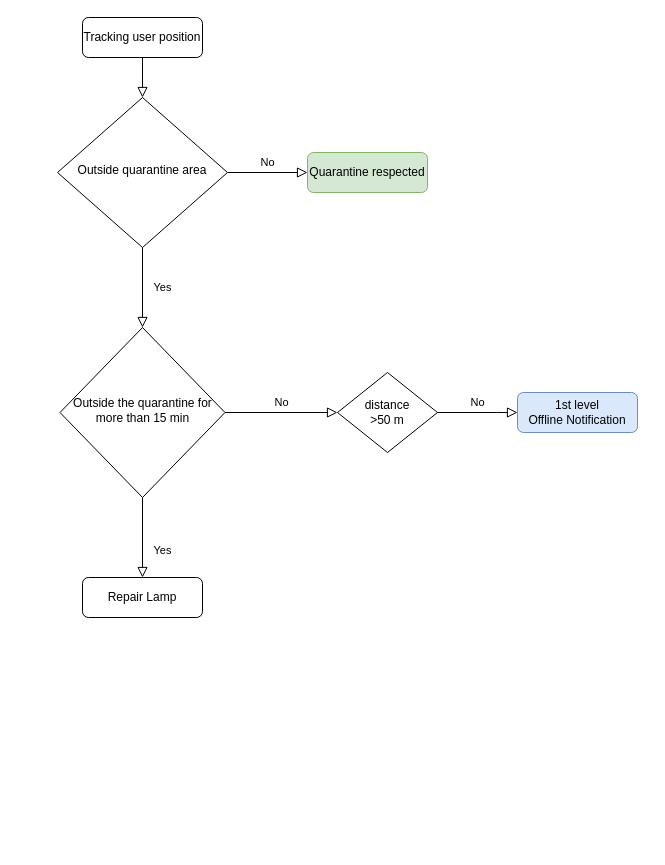
le7amdon/Cov-Track-Flows keeps this draw.io diagram as GeoLocation Escalation Flow.drawio. Above is the earlier version. Source tidied: cells renumbered, new cells numbered last; positions are measured from the earlier drawing's top-left corner, leaving out a move shared by most shapes. Both pictures are drawn from the tidied source at 100%, with x=0, y=0 at pixel (57, 17).
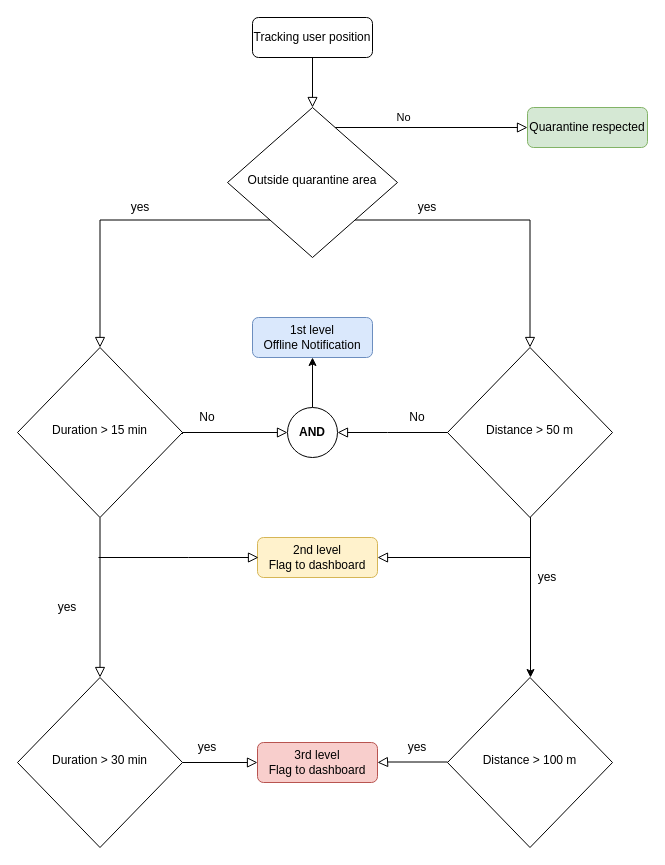
The same diagram, later.

Diff of the diagram source:
```diff
@@
     <mxCell id="3" value="Tracking user position" style="rounded=1;whiteSpace=wrap;html=1;fontSize=12;glass=0;strokeWidth=1;shadow=0;" parent="1" vertex="1">
-      <mxGeometry x="25" width="120" height="40" as="geometry" />
+      <mxGeometry x="195" width="120" height="40" as="geometry" />
     </mxCell>
-    <mxCell id="4" value="Yes" style="rounded=0;html=1;jettySize=auto;fontSize=11;endArrow=block;endFill=0;endSize=8;strokeWidth=1;shadow=0;labelBackgroundColor=none;edgeStyle=orthogonalEdgeStyle;" parent="1" edge="1" source="6" target="10">
-      <mxGeometry y="20" relative="1" as="geometry" />
+    <mxCell id="4" style="rounded=0;html=1;jettySize=auto;fontSize=11;endArrow=block;endFill=0;endSize=8;strokeWidth=1;shadow=0;labelBackgroundColor=none;edgeStyle=orthogonalEdgeStyle;exitX=0;exitY=1;exitDx=0;exitDy=0;entryX=0.5;entryY=0;entryDx=0;entryDy=0;" parent="1" edge="1" source="6" target="10">
+      <mxGeometry y="20" relative="1" as="geometry">
+        <Array as="points">
+          <mxPoint x="43" y="203" />
+        </Array>
+      </mxGeometry>
     </mxCell>
-    <mxCell id="5" value="No" style="edgeStyle=orthogonalEdgeStyle;rounded=0;html=1;jettySize=auto;fontSize=11;endArrow=block;endFill=0;endSize=8;strokeWidth=1;shadow=0;labelBackgroundColor=none;" parent="1" edge="1" source="6" target="7">
-      <mxGeometry y="10" relative="1" as="geometry" />
+    <mxCell id="5" value="No" style="edgeStyle=orthogonalEdgeStyle;rounded=0;html=1;jettySize=auto;fontSize=11;endArrow=block;endFill=0;endSize=8;strokeWidth=1;shadow=0;labelBackgroundColor=none;exitX=1;exitY=0;exitDx=0;exitDy=0;" parent="1" edge="1" source="6" target="7">
+      <mxGeometry y="10" relative="1" as="geometry">
+        <Array as="points">
+          <mxPoint x="268" y="110" />
+        </Array>
+      </mxGeometry>
     </mxCell>
     <mxCell id="6" value="&lt;span style=&quot;white-space: normal&quot;&gt;Outside quarantine area&lt;/span&gt;" style="rhombus;whiteSpace=wrap;html=1;shadow=0;fontFamily=Helvetica;fontSize=12;align=center;strokeWidth=1;spacing=6;spacingTop=-4;" parent="1" vertex="1">
-      <mxGeometry y="80" width="170" height="150" as="geometry" />
+      <mxGeometry x="170" y="90" width="170" height="150" as="geometry" />
     </mxCell>
     <mxCell id="7" value="Quarantine respected" style="rounded=1;whiteSpace=wrap;html=1;fontSize=12;glass=0;strokeWidth=1;shadow=0;fillColor=#d5e8d4;strokeColor=#82b366;" parent="1" vertex="1">
-      <mxGeometry x="250" y="135" width="120" height="40" as="geometry" />
+      <mxGeometry x="470" y="90" width="120" height="40" as="geometry" />
     </mxCell>
-    <mxCell id="8" value="Yes" style="rounded=0;html=1;jettySize=auto;fontSize=11;endArrow=block;endFill=0;endSize=8;strokeWidth=1;shadow=0;labelBackgroundColor=none;edgeStyle=orthogonalEdgeStyle;" parent="1" edge="1" source="10" target="11">
+    <mxCell id="8" style="rounded=0;html=1;jettySize=auto;fontSize=11;endArrow=block;endFill=0;endSize=8;strokeWidth=1;shadow=0;labelBackgroundColor=none;edgeStyle=orthogonalEdgeStyle;" parent="1" edge="1" source="10" target="32">
       <mxGeometry x="0.33" y="20" relative="1" as="geometry" />
     </mxCell>
-    <mxCell id="9" value="No" style="edgeStyle=orthogonalEdgeStyle;rounded=0;html=1;jettySize=auto;fontSize=11;endArrow=block;endFill=0;endSize=8;strokeWidth=1;shadow=0;labelBackgroundColor=none;entryX=0;entryY=0.5;entryDx=0;entryDy=0;" parent="1" edge="1" source="10" target="12">
-      <mxGeometry y="10" relative="1" as="geometry" />
-    </mxCell>
-    <mxCell id="10" value="Outside the quarantine for more than 15 min" style="rhombus;whiteSpace=wrap;html=1;shadow=0;fontFamily=Helvetica;fontSize=12;align=center;strokeWidth=1;spacing=6;spacingTop=-4;" parent="1" vertex="1">
-      <mxGeometry x="2.5" y="310" width="165" height="170" as="geometry" />
+    <mxCell id="10" value="Duration &amp;gt; 15 min" style="rhombus;whiteSpace=wrap;html=1;shadow=0;fontFamily=Helvetica;fontSize=12;align=center;strokeWidth=1;spacing=6;spacingTop=-4;" parent="1" vertex="1">
+      <mxGeometry x="-40" y="330" width="165" height="170" as="geometry" />
     </mxCell>
-    <mxCell id="11" value="Repair Lamp" style="rounded=1;whiteSpace=wrap;html=1;fontSize=12;glass=0;strokeWidth=1;shadow=0;" parent="1" vertex="1">
-      <mxGeometry x="25" y="560" width="120" height="40" as="geometry" />
-    </mxCell>
-    <mxCell id="12" value="distance &lt;br&gt;&amp;gt;50 m" style="rhombus;whiteSpace=wrap;html=1;gradientColor=#ffffff;" parent="1" vertex="1">
-      <mxGeometry x="280" y="355" width="100" height="80" as="geometry" />
-    </mxCell>
     <mxCell id="13" value="1st level &lt;br&gt;Offline Notification" style="rounded=1;whiteSpace=wrap;html=1;fontSize=12;glass=0;strokeWidth=1;shadow=0;fillColor=#dae8fc;strokeColor=#6c8ebf;" parent="1" vertex="1">
-      <mxGeometry x="460" y="375" width="120" height="40" as="geometry" />
+      <mxGeometry x="195" y="300" width="120" height="40" as="geometry" />
     </mxCell>
-    <mxCell id="14" value="No" style="edgeStyle=orthogonalEdgeStyle;rounded=0;html=1;jettySize=auto;orthogonalLoop=1;fontSize=11;endArrow=block;endFill=0;endSize=8;strokeWidth=1;shadow=0;labelBackgroundColor=none;" parent="1" edge="1">
-      <mxGeometry y="10" relative="1" as="geometry">
-        <mxPoint x="380" y="395" as="sourcePoint" />
-        <mxPoint x="460" y="395" as="targetPoint" />
-        <Array as="points">
-          <mxPoint x="440" y="395" />
-          <mxPoint x="440" y="395" />
-        </Array>
-      </mxGeometry>
-    </mxCell>
+    <mxCell id="15" style="edgeStyle=orthogonalEdgeStyle;rounded=0;jettySize=auto;html=1;" parent="1" edge="1" source="16">
+      <mxGeometry relative="1" as="geometry">
+        <mxPoint x="473" y="660" as="targetPoint" />
+        <Array as="points">
+          <mxPoint x="473" y="660" />
+        </Array>
+      </mxGeometry>
+    </mxCell>
+    <mxCell id="16" value="Distance &amp;gt; 50 m" style="rhombus;whiteSpace=wrap;html=1;shadow=0;fontFamily=Helvetica;fontSize=12;align=center;strokeWidth=1;spacing=6;spacingTop=-4;" parent="1" vertex="1">
+      <mxGeometry x="390" y="330" width="165" height="170" as="geometry" />
+    </mxCell>
+    <mxCell id="17" style="rounded=0;html=1;jettySize=auto;fontSize=11;endArrow=block;endFill=0;endSize=8;strokeWidth=1;shadow=0;labelBackgroundColor=none;edgeStyle=orthogonalEdgeStyle;exitX=1;exitY=1;exitDx=0;exitDy=0;entryX=0.5;entryY=0;entryDx=0;entryDy=0;" parent="1" edge="1" source="6" target="16">
+      <mxGeometry y="20" relative="1" as="geometry">
+        <Array as="points">
+          <mxPoint x="473" y="203" />
+        </Array>
+      </mxGeometry>
+    </mxCell>
+    <mxCell id="18" style="rounded=0;html=1;jettySize=auto;fontSize=11;endArrow=block;endFill=0;endSize=8;strokeWidth=1;shadow=0;labelBackgroundColor=none;edgeStyle=orthogonalEdgeStyle;exitX=0;exitY=0.5;exitDx=0;exitDy=0;entryX=1;entryY=0.5;entryDx=0;entryDy=0;" parent="1" edge="1" source="16" target="28">
+      <mxGeometry y="20" relative="1" as="geometry">
+        <Array as="points">
+          <mxPoint x="330" y="415" />
+          <mxPoint x="330" y="415" />
+        </Array>
+      </mxGeometry>
+    </mxCell>
+    <mxCell id="19" style="rounded=0;html=1;jettySize=auto;fontSize=11;endArrow=block;endFill=0;endSize=8;strokeWidth=1;shadow=0;labelBackgroundColor=none;edgeStyle=orthogonalEdgeStyle;entryX=0;entryY=0.5;entryDx=0;entryDy=0;" parent="1" edge="1" target="28">
+      <mxGeometry x="0.33" y="20" relative="1" as="geometry">
+        <mxPoint x="125" y="416.5" as="sourcePoint" />
+        <Array as="points">
+          <mxPoint x="125" y="415" />
+        </Array>
+      </mxGeometry>
+    </mxCell>
+    <mxCell id="20" value="No" style="text;html=1;strokeColor=none;fillColor=none;align=center;verticalAlign=middle;whiteSpace=wrap;rounded=0;" parent="1" vertex="1">
+      <mxGeometry x="340" y="390" width="40" height="20" as="geometry" />
+    </mxCell>
+    <mxCell id="21" value="No" style="text;html=1;strokeColor=none;fillColor=none;align=center;verticalAlign=middle;whiteSpace=wrap;rounded=0;" parent="1" vertex="1">
+      <mxGeometry x="130" y="390" width="40" height="20" as="geometry" />
+    </mxCell>
+    <mxCell id="22" value="yes" style="text;html=1;strokeColor=none;fillColor=none;align=center;verticalAlign=middle;whiteSpace=wrap;rounded=0;" parent="1" vertex="1">
+      <mxGeometry x="62.5" y="180" width="40" height="20" as="geometry" />
+    </mxCell>
+    <mxCell id="23" value="yes" style="text;html=1;strokeColor=none;fillColor=none;align=center;verticalAlign=middle;whiteSpace=wrap;rounded=0;" parent="1" vertex="1">
+      <mxGeometry x="350" y="180" width="40" height="20" as="geometry" />
+    </mxCell>
+    <mxCell id="24" value="2nd level &lt;br&gt;Flag to dashboard&lt;br&gt;" style="rounded=1;whiteSpace=wrap;html=1;fontSize=12;glass=0;strokeWidth=1;shadow=0;fillColor=#fff2cc;strokeColor=#d6b656;" parent="1" vertex="1">
+      <mxGeometry x="200" y="520" width="120" height="40" as="geometry" />
+    </mxCell>
+    <mxCell id="25" style="rounded=0;html=1;jettySize=auto;orthogonalLoop=1;fontSize=11;endArrow=block;endFill=0;endSize=8;strokeWidth=1;shadow=0;labelBackgroundColor=none;edgeStyle=orthogonalEdgeStyle;" parent="1" edge="1">
+      <mxGeometry x="0.33" y="20" relative="1" as="geometry">
+        <mxPoint x="473" y="540" as="sourcePoint" />
+        <mxPoint x="320" y="540" as="targetPoint" />
+        <Array as="points">
+          <mxPoint x="473" y="540" />
+        </Array>
+      </mxGeometry>
+    </mxCell>
+    <mxCell id="26" value="yes" style="text;html=1;strokeColor=none;fillColor=none;align=center;verticalAlign=middle;whiteSpace=wrap;rounded=0;" parent="1" vertex="1">
+      <mxGeometry x="-10" y="580" width="40" height="20" as="geometry" />
+    </mxCell>
+    <mxCell id="27" style="edgeStyle=orthogonalEdgeStyle;rounded=0;jettySize=auto;html=1;entryX=0.5;entryY=1;entryDx=0;entryDy=0;" parent="1" edge="1" source="28" target="13">
+      <mxGeometry relative="1" as="geometry" />
+    </mxCell>
+    <mxCell id="28" value="&lt;b&gt;AND&lt;/b&gt;" style="ellipse;whiteSpace=wrap;html=1;gradientColor=#ffffff;" parent="1" vertex="1">
+      <mxGeometry x="230" y="390" width="50" height="50" as="geometry" />
+    </mxCell>
+    <mxCell id="29" value="Distance &amp;gt; 100 m" style="rhombus;whiteSpace=wrap;html=1;shadow=0;fontFamily=Helvetica;fontSize=12;align=center;strokeWidth=1;spacing=6;spacingTop=-4;" parent="1" vertex="1">
+      <mxGeometry x="390" y="660" width="165" height="170" as="geometry" />
+    </mxCell>
+    <mxCell id="30" value="3rd level &lt;br&gt;Flag to dashboard" style="rounded=1;whiteSpace=wrap;html=1;fontSize=12;glass=0;strokeWidth=1;shadow=0;fillColor=#f8cecc;strokeColor=#b85450;" parent="1" vertex="1">
+      <mxGeometry x="200" y="725" width="120" height="40" as="geometry" />
+    </mxCell>
+    <mxCell id="31" style="rounded=0;html=1;jettySize=auto;orthogonalLoop=1;fontSize=11;endArrow=block;endFill=0;endSize=8;strokeWidth=1;shadow=0;labelBackgroundColor=none;edgeStyle=orthogonalEdgeStyle;exitX=0;exitY=0.5;exitDx=0;exitDy=0;" parent="1" edge="1">
+      <mxGeometry y="20" relative="1" as="geometry">
+        <mxPoint x="390" y="744.5" as="sourcePoint" />
+        <mxPoint x="320" y="745" as="targetPoint" />
+        <Array as="points">
+          <mxPoint x="330" y="744.5" />
+          <mxPoint x="330" y="744.5" />
+        </Array>
+      </mxGeometry>
+    </mxCell>
+    <mxCell id="32" value="Duration &amp;gt; 30 min" style="rhombus;whiteSpace=wrap;html=1;shadow=0;fontFamily=Helvetica;fontSize=12;align=center;strokeWidth=1;spacing=6;spacingTop=-4;" parent="1" vertex="1">
+      <mxGeometry x="-40" y="660" width="165" height="170" as="geometry" />
+    </mxCell>
+    <mxCell id="33" value="yes" style="text;html=1;strokeColor=none;fillColor=none;align=center;verticalAlign=middle;whiteSpace=wrap;rounded=0;" parent="1" vertex="1">
+      <mxGeometry x="470" y="550" width="40" height="20" as="geometry" />
+    </mxCell>
+    <mxCell id="34" style="rounded=0;html=1;jettySize=auto;orthogonalLoop=1;fontSize=11;endArrow=block;endFill=0;endSize=8;strokeWidth=1;shadow=0;labelBackgroundColor=none;edgeStyle=orthogonalEdgeStyle;entryX=0;entryY=0.5;entryDx=0;entryDy=0;" parent="1" edge="1">
+      <mxGeometry x="0.33" y="20" relative="1" as="geometry">
+        <mxPoint x="41" y="540" as="sourcePoint" />
+        <mxPoint x="201" y="540" as="targetPoint" />
+        <Array as="points">
+          <mxPoint x="131" y="540" />
+          <mxPoint x="131" y="540" />
+        </Array>
+      </mxGeometry>
+    </mxCell>
+    <mxCell id="35" style="rounded=0;html=1;jettySize=auto;fontSize=11;endArrow=block;endFill=0;endSize=8;strokeWidth=1;shadow=0;labelBackgroundColor=none;edgeStyle=orthogonalEdgeStyle;exitX=1;exitY=0.5;exitDx=0;exitDy=0;entryX=0;entryY=0.5;entryDx=0;entryDy=0;" parent="1" edge="1" source="32" target="30">
+      <mxGeometry y="20" relative="1" as="geometry" />
+    </mxCell>
+    <mxCell id="36" value="yes" style="text;html=1;strokeColor=none;fillColor=none;align=center;verticalAlign=middle;whiteSpace=wrap;rounded=0;" parent="1" vertex="1">
+      <mxGeometry x="340" y="720" width="40" height="20" as="geometry" />
+    </mxCell>
+    <mxCell id="37" value="yes" style="text;html=1;strokeColor=none;fillColor=none;align=center;verticalAlign=middle;whiteSpace=wrap;rounded=0;" parent="1" vertex="1">
+      <mxGeometry x="130" y="720" width="40" height="20" as="geometry" />
+    </mxCell>
```
